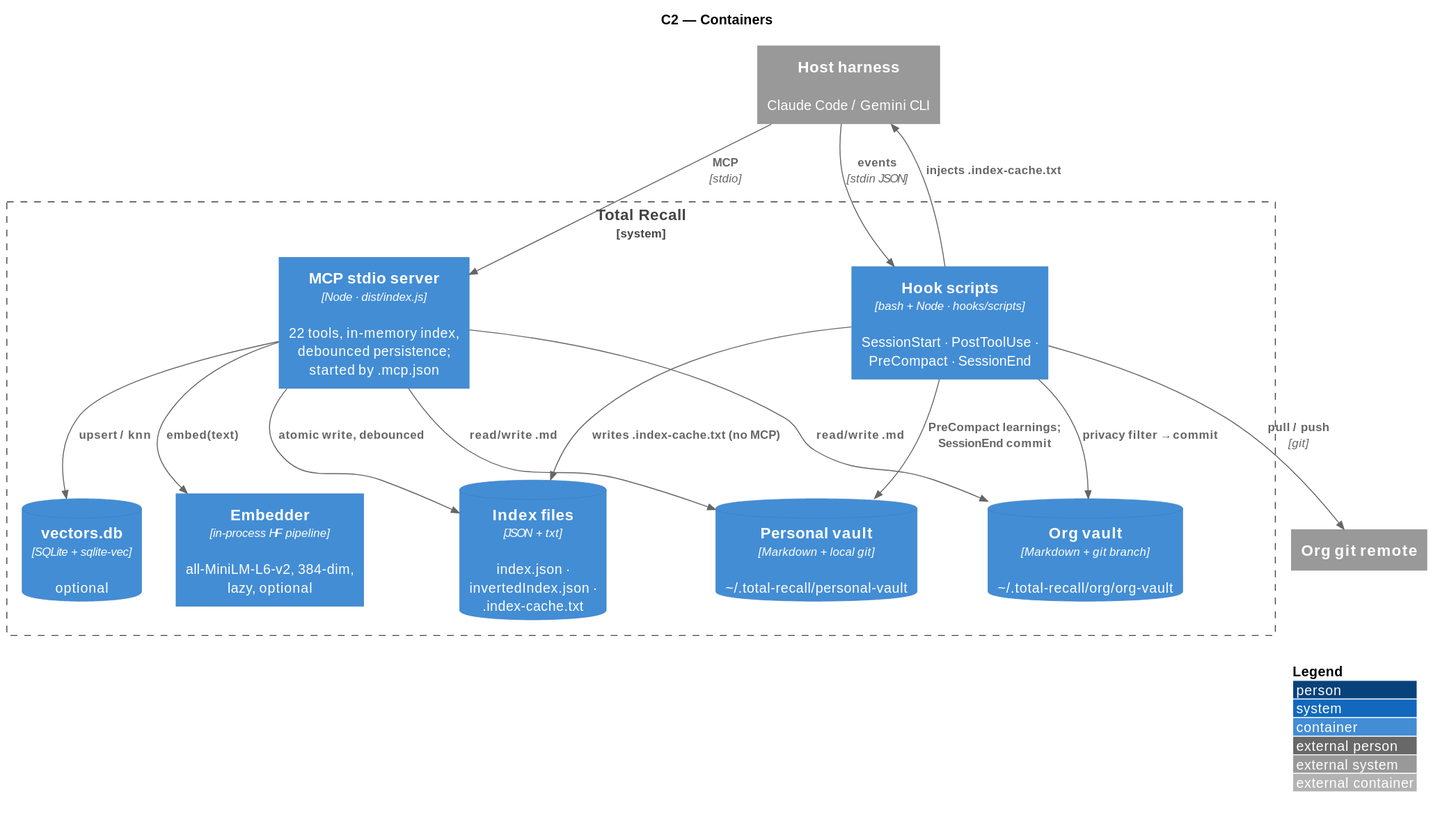
Above: plugins/total-recall/architecture/diagrams/c2-containers.svg in adrian-balaban/total-recall (PlantUML), before the change.
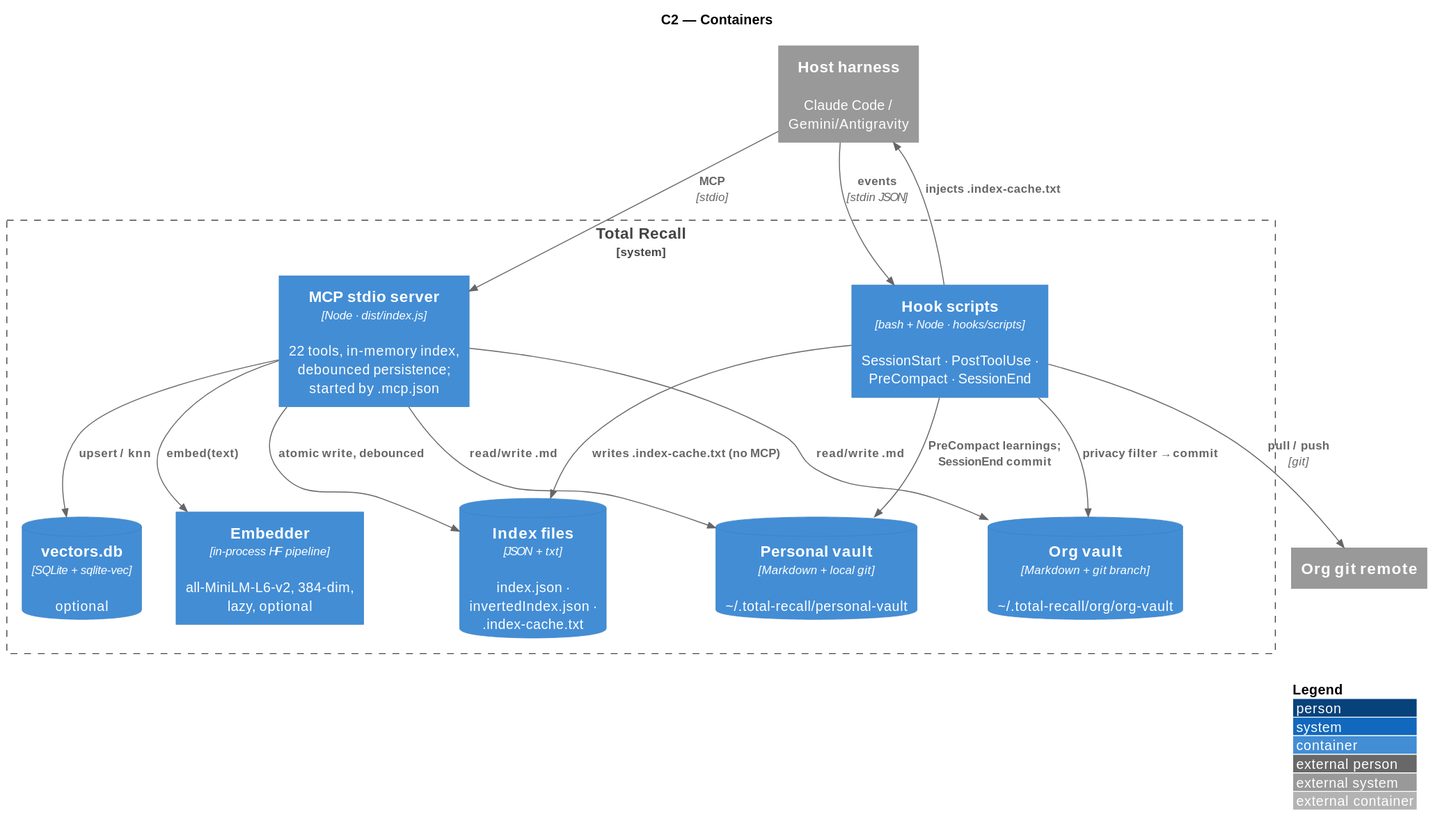
After the change.

Diff of the diagram source:
```diff
@@ -4,7 +4,7 @@
 LAYOUT_WITH_LEGEND()
 title C2 — Containers
 
-System_Ext(host, "Host harness", "Claude Code / Gemini CLI")
+System_Ext(host, "Host harness", "Claude Code / Gemini/Antigravity")
 System_Boundary(tr, "Total Recall") {
   Container(mcp, "MCP stdio server", "Node · dist/index.js", "22 tools, in-memory index, debounced persistence; started by .mcp.json")
   Container(hooks, "Hook scripts", "bash + Node · hooks/scripts", "SessionStart · PostToolUse · PreCompact · SessionEnd")
```
